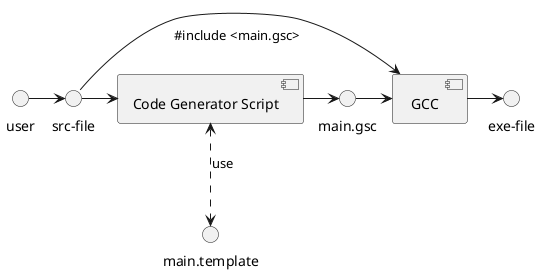
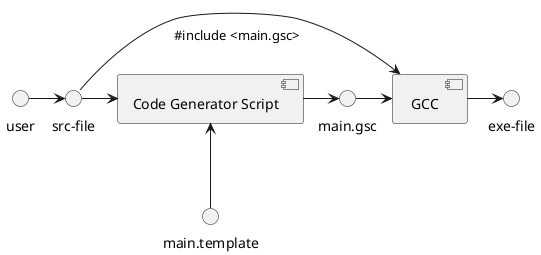
@startuml
skinparam style strictuml

- user                    --r---> "src-file"
- "src-file"              --r---> [Code Generator Script]
- [Code Generator Script] <.down.> "main.template": use
- [Code Generator Script] --r---> "main.gsc"
- "main.gsc"              --r---> [ GCC ]
- "src-file"              --r---> [ GCC ] : "\n#include <main.gsc>"
- [ GCC ]                 --r---> "exe-file"
+ user                    --r--> "src-file"
+ "src-file"              --r--> [Code Generator Script]
+ [Code Generator Script] <-d- "main.template"
+ [Code Generator Script] --r--> "main.gsc"
+ "main.gsc"              --r--> [ GCC ]
+ "src-file"              --r--> [ GCC ] : "\n#include <main.gsc>"
+ [ GCC ]                 --r--> "exe-file"
@enduml
